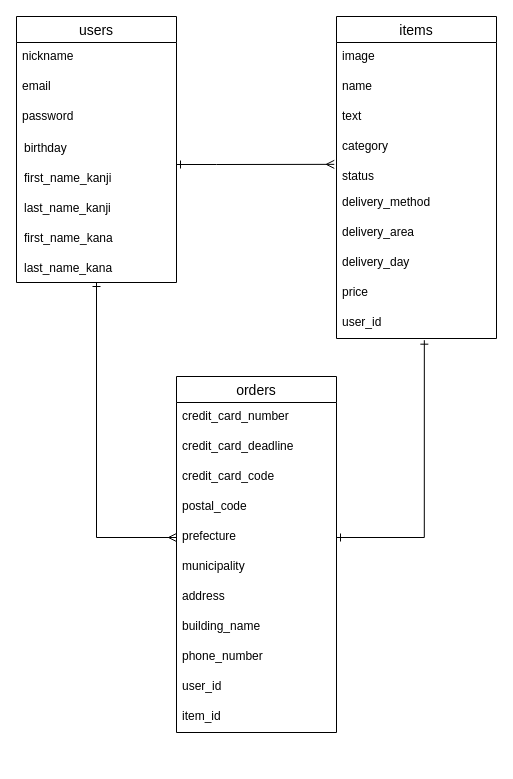
deppi0316/furima-34436 keeps this draw.io diagram as furima.dio. Above is the earlier version. Source tidied: cells renumbered, new cells numbered last; positions are measured from the earlier drawing's top-left corner, leaving out a move shared by most shapes. Both pictures are drawn from the tidied source at 100%, with x=0, y=0 at pixel (16, 16).
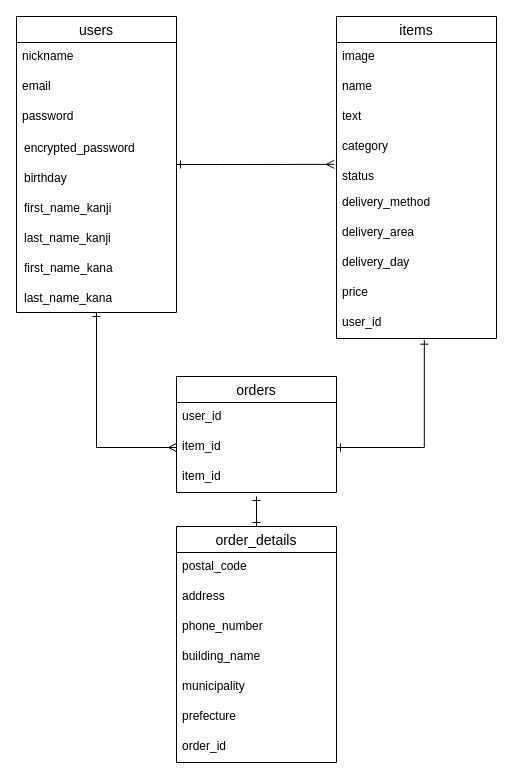
After the change.

Commit message (it also covers changes not shown here):
データベース設計_order_detailsテーブル追加

The change refers to these unchanged cells:
```xml
<mxCell id="23" value="user_id" style="text;strokeColor=none;fillColor=none;spacingLeft=4;spacingRight=4;overflow=hidden;points=[[0,0.5],[1,0.5]];portConstraint=eastwest;fontSize=12;" parent="13" vertex="1">
  <mxGeometry y="292" width="160" height="30" as="geometry" />
</mxCell>
```

The edit, as a diff of the source:
```diff
@@
-    <mxCell id="3" style="edgeStyle=orthogonalEdgeStyle;rounded=0;jettySize=auto;html=1;exitX=0.5;exitY=1;exitDx=0;exitDy=0;endArrow=ERmany;endFill=0;entryX=0;entryY=0.5;entryDx=0;entryDy=0;startArrow=ERone;startFill=0;" parent="1" edge="1" source="4" target="29">
-      <mxGeometry relative="1" as="geometry" />
-    </mxCell>
+    <mxCell id="37" style="edgeStyle=orthogonalEdgeStyle;rounded=0;jettySize=auto;html=1;startArrow=ERone;startFill=0;endArrow=ERmany;endFill=0;entryX=0;entryY=0.5;entryDx=0;entryDy=0;" parent="1" edge="1" source="4" target="39">
+      <mxGeometry relative="1" as="geometry" />
+    </mxCell>
     <mxCell id="4" value="users" style="swimlane;fontStyle=0;horizontal=1;startSize=26;align=center;fontSize=14;" parent="1" vertex="1">
-      <mxGeometry width="160" height="266" as="geometry" />
+      <mxGeometry width="160" height="296" as="geometry" />
     </mxCell>
@@
-    <mxCell id="8" value="birthday" style="shape=partialRectangle;fillColor=none;top=0;left=0;bottom=0;right=0;align=left;spacingLeft=6;overflow=hidden;" parent="4" vertex="1">
+    <mxCell id="8" value="encrypted_password" style="shape=partialRectangle;fillColor=none;top=0;left=0;bottom=0;right=0;align=left;spacingLeft=6;overflow=hidden;" parent="4" vertex="1">
       <mxGeometry y="116" width="160" height="30" as="geometry" />
     </mxCell>
-    <mxCell id="9" value="first_name_kanji" style="shape=partialRectangle;fillColor=none;top=0;left=0;bottom=0;right=0;align=left;spacingLeft=6;overflow=hidden;" parent="4" vertex="1">
+    <mxCell id="9" value="birthday" style="shape=partialRectangle;fillColor=none;top=0;left=0;bottom=0;right=0;align=left;spacingLeft=6;overflow=hidden;" parent="4" vertex="1">
       <mxGeometry y="146" width="160" height="30" as="geometry" />
     </mxCell>
-    <mxCell id="10" value="last_name_kanji" style="shape=partialRectangle;fillColor=none;top=0;left=0;bottom=0;right=0;align=left;spacingLeft=6;overflow=hidden;" parent="4" vertex="1">
+    <mxCell id="10" value="first_name_kanji" style="shape=partialRectangle;fillColor=none;top=0;left=0;bottom=0;right=0;align=left;spacingLeft=6;overflow=hidden;" parent="4" vertex="1">
       <mxGeometry y="176" width="160" height="30" as="geometry" />
     </mxCell>
-    <mxCell id="11" value="first_name_kana" style="shape=partialRectangle;fillColor=none;top=0;left=0;bottom=0;right=0;align=left;spacingLeft=6;overflow=hidden;" parent="4" vertex="1">
+    <mxCell id="11" value="last_name_kanji" style="shape=partialRectangle;fillColor=none;top=0;left=0;bottom=0;right=0;align=left;spacingLeft=6;overflow=hidden;" parent="4" vertex="1">
       <mxGeometry y="206" width="160" height="30" as="geometry" />
     </mxCell>
-    <mxCell id="12" value="last_name_kana" style="shape=partialRectangle;fillColor=none;top=0;left=0;bottom=0;right=0;align=left;spacingLeft=6;overflow=hidden;" parent="4" vertex="1">
+    <mxCell id="12" value="first_name_kana" style="shape=partialRectangle;fillColor=none;top=0;left=0;bottom=0;right=0;align=left;spacingLeft=6;overflow=hidden;" parent="4" vertex="1">
       <mxGeometry y="236" width="160" height="30" as="geometry" />
     </mxCell>
+    <mxCell id="38" value="last_name_kana" style="shape=partialRectangle;fillColor=none;top=0;left=0;bottom=0;right=0;align=left;spacingLeft=6;overflow=hidden;" parent="4" vertex="1">
+      <mxGeometry y="266" width="160" height="30" as="geometry" />
+    </mxCell>
@@
     <mxCell id="24" value="orders" style="swimlane;fontStyle=0;horizontal=1;startSize=26;align=center;fontSize=14;" parent="1" vertex="1">
-      <mxGeometry x="160" y="360" width="160" height="356" as="geometry" />
+      <mxGeometry x="160" y="360" width="160" height="116" as="geometry" />
     </mxCell>
-    <mxCell id="25" value="credit_card_number" style="text;strokeColor=none;fillColor=none;spacingLeft=4;spacingRight=4;overflow=hidden;fontSize=12;" parent="24" vertex="1">
-      <mxGeometry y="26" width="160" height="30" as="geometry" />
-    </mxCell>
-    <mxCell id="26" value="credit_card_deadline" style="text;strokeColor=none;fillColor=none;spacingLeft=4;spacingRight=4;overflow=hidden;fontSize=12;" parent="24" vertex="1">
-      <mxGeometry y="56" width="160" height="30" as="geometry" />
-    </mxCell>
-    <mxCell id="27" value="credit_card_code" style="text;strokeColor=none;fillColor=none;spacingLeft=4;spacingRight=4;overflow=hidden;fontSize=12;" parent="24" vertex="1">
-      <mxGeometry y="86" width="160" height="30" as="geometry" />
-    </mxCell>
-    <mxCell id="28" value="postal_code" style="text;strokeColor=none;fillColor=none;spacingLeft=4;spacingRight=4;overflow=hidden;fontSize=12;" parent="24" vertex="1">
-      <mxGeometry y="116" width="160" height="30" as="geometry" />
-    </mxCell>
-    <mxCell id="29" value="prefecture" style="text;strokeColor=none;fillColor=none;spacingLeft=4;spacingRight=4;overflow=hidden;points=[[0,0.5],[1,0.5]];portConstraint=eastwest;fontSize=12;" parent="24" vertex="1">
-      <mxGeometry y="146" width="160" height="30" as="geometry" />
-    </mxCell>
-    <mxCell id="30" value="municipality" style="text;strokeColor=none;fillColor=none;spacingLeft=4;spacingRight=4;overflow=hidden;fontSize=12;" parent="24" vertex="1">
-      <mxGeometry y="176" width="160" height="30" as="geometry" />
-    </mxCell>
-    <mxCell id="31" value="address" style="text;strokeColor=none;fillColor=none;spacingLeft=4;spacingRight=4;overflow=hidden;fontSize=12;" parent="24" vertex="1">
-      <mxGeometry y="206" width="160" height="30" as="geometry" />
-    </mxCell>
-    <mxCell id="32" value="building_name" style="text;strokeColor=none;fillColor=none;spacingLeft=4;spacingRight=4;overflow=hidden;fontSize=12;" parent="24" vertex="1">
-      <mxGeometry y="236" width="160" height="30" as="geometry" />
-    </mxCell>
-    <mxCell id="33" value="phone_number" style="text;strokeColor=none;fillColor=none;spacingLeft=4;spacingRight=4;overflow=hidden;fontSize=12;" parent="24" vertex="1">
-      <mxGeometry y="266" width="160" height="30" as="geometry" />
-    </mxCell>
     <mxCell id="34" value="user_id" style="text;strokeColor=none;fillColor=none;spacingLeft=4;spacingRight=4;overflow=hidden;fontSize=12;" parent="24" vertex="1">
-      <mxGeometry y="296" width="160" height="30" as="geometry" />
+      <mxGeometry y="26" width="160" height="30" as="geometry" />
     </mxCell>
+    <mxCell id="39" value="item_id" style="text;strokeColor=none;fillColor=none;spacingLeft=4;spacingRight=4;overflow=hidden;points=[[0,0.5],[1,0.5]];portConstraint=eastwest;fontSize=12;" parent="24" vertex="1">
+      <mxGeometry y="56" width="160" height="30" as="geometry" />
+    </mxCell>
     <mxCell id="35" value="item_id" style="text;strokeColor=none;fillColor=none;spacingLeft=4;spacingRight=4;overflow=hidden;fontSize=12;" parent="24" vertex="1">
-      <mxGeometry y="326" width="160" height="30" as="geometry" />
+      <mxGeometry y="86" width="160" height="30" as="geometry" />
     </mxCell>
-    <mxCell id="36" style="edgeStyle=orthogonalEdgeStyle;rounded=0;jettySize=auto;html=1;exitX=1;exitY=0.5;exitDx=0;exitDy=0;endArrow=ERone;endFill=0;entryX=0.549;entryY=1.056;entryDx=0;entryDy=0;entryPerimeter=0;startArrow=ERone;startFill=0;" parent="1" edge="1" source="29" target="23">
+    <mxCell id="36" style="edgeStyle=orthogonalEdgeStyle;rounded=0;jettySize=auto;html=1;exitX=1;exitY=0.5;exitDx=0;exitDy=0;endArrow=ERone;endFill=0;entryX=0.549;entryY=1.056;entryDx=0;entryDy=0;entryPerimeter=0;startArrow=ERone;startFill=0;" parent="1" edge="1" target="23">
       <mxGeometry relative="1" as="geometry">
+        <mxPoint x="320" y="431" as="sourcePoint" />
         <Array as="points">
-          <mxPoint x="408" y="521" />
+          <mxPoint x="408" y="431" />
         </Array>
       </mxGeometry>
     </mxCell>
+    <mxCell id="40" style="edgeStyle=orthogonalEdgeStyle;rounded=0;jettySize=auto;html=1;startArrow=ERone;startFill=0;endArrow=ERone;endFill=0;" parent="1" edge="1" source="41">
+      <mxGeometry relative="1" as="geometry">
+        <mxPoint x="240" y="480" as="targetPoint" />
+        <Array as="points">
+          <mxPoint x="240" y="480" />
+          <mxPoint x="240" y="480" />
+        </Array>
+      </mxGeometry>
+    </mxCell>
+    <mxCell id="41" value="order_details" style="swimlane;fontStyle=0;horizontal=1;startSize=26;align=center;fontSize=14;" parent="1" vertex="1">
+      <mxGeometry x="160" y="510" width="160" height="236" as="geometry" />
+    </mxCell>
+    <mxCell id="28" value="postal_code" style="text;strokeColor=none;fillColor=none;spacingLeft=4;spacingRight=4;overflow=hidden;fontSize=12;" parent="41" vertex="1">
+      <mxGeometry y="26" width="160" height="30" as="geometry" />
+    </mxCell>
+    <mxCell id="31" value="address" style="text;strokeColor=none;fillColor=none;spacingLeft=4;spacingRight=4;overflow=hidden;fontSize=12;" parent="41" vertex="1">
+      <mxGeometry y="56" width="160" height="30" as="geometry" />
+    </mxCell>
+    <mxCell id="33" value="phone_number" style="text;strokeColor=none;fillColor=none;spacingLeft=4;spacingRight=4;overflow=hidden;fontSize=12;" parent="41" vertex="1">
+      <mxGeometry y="86" width="160" height="30" as="geometry" />
+    </mxCell>
+    <mxCell id="32" value="building_name" style="text;strokeColor=none;fillColor=none;spacingLeft=4;spacingRight=4;overflow=hidden;fontSize=12;" parent="41" vertex="1">
+      <mxGeometry y="116" width="160" height="30" as="geometry" />
+    </mxCell>
+    <mxCell id="30" value="municipality" style="text;strokeColor=none;fillColor=none;spacingLeft=4;spacingRight=4;overflow=hidden;fontSize=12;" parent="41" vertex="1">
+      <mxGeometry y="146" width="160" height="30" as="geometry" />
+    </mxCell>
+    <mxCell id="29" value="prefecture" style="text;strokeColor=none;fillColor=none;spacingLeft=4;spacingRight=4;overflow=hidden;points=[[0,0.5],[1,0.5]];portConstraint=eastwest;fontSize=12;" parent="41" vertex="1">
+      <mxGeometry y="176" width="160" height="30" as="geometry" />
+    </mxCell>
+    <mxCell id="42" value="order_id" style="text;strokeColor=none;fillColor=none;spacingLeft=4;spacingRight=4;overflow=hidden;fontSize=12;" parent="41" vertex="1">
+      <mxGeometry y="206" width="160" height="30" as="geometry" />
+    </mxCell>
```
